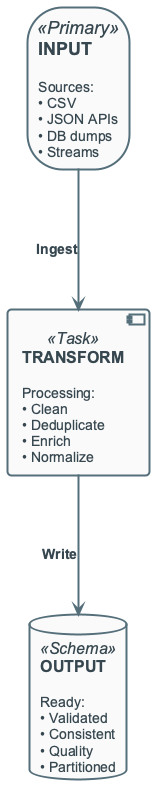
Earlier version of the PlantUML export diagrams/week01/week1_data_pipeline.png (OrPerets/data-engineering-course).
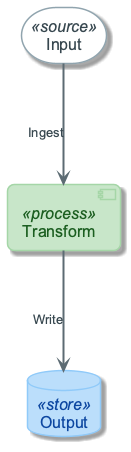
After the commit.

What changed in the source:
```diff
@@ -1,14 +1,16 @@
 @startuml
 !include ../_template_styles.puml
+!include _week1_visual_style.puml
+
 left to right direction
+skinparam nodesep 120
+skinparam ranksep 70
 
-storage "**INPUT**\n\n<size:14>Sources:</size>\n<size:14>• CSV</size>\n<size:14>• JSON APIs</size>\n<size:14>• DB dumps</size>\n<size:14>• Streams</size>" as I <<Primary>>
+storage "Input" as I <<source>>
+component "Transform" as T <<process>>
+database "Output" as O <<store>>
 
-component "**TRANSFORM**\n\n<size:14>Processing:</size>\n<size:14>• Clean</size>\n<size:14>• Deduplicate</size>\n<size:14>• Enrich</size>\n<size:14>• Normalize</size>" as T <<Task>>
-
-database "**OUTPUT**\n\n<size:14>Ready:</size>\n<size:14>• Validated</size>\n<size:14>• Consistent</size>\n<size:14>• Quality</size>\n<size:14>• Partitioned</size>" as O <<Schema>>
-
-I -> T : **Ingest**
-T -> O : **Write**
+I -right-> T : Ingest
+T -right-> O : Write
 
 @enduml
```
